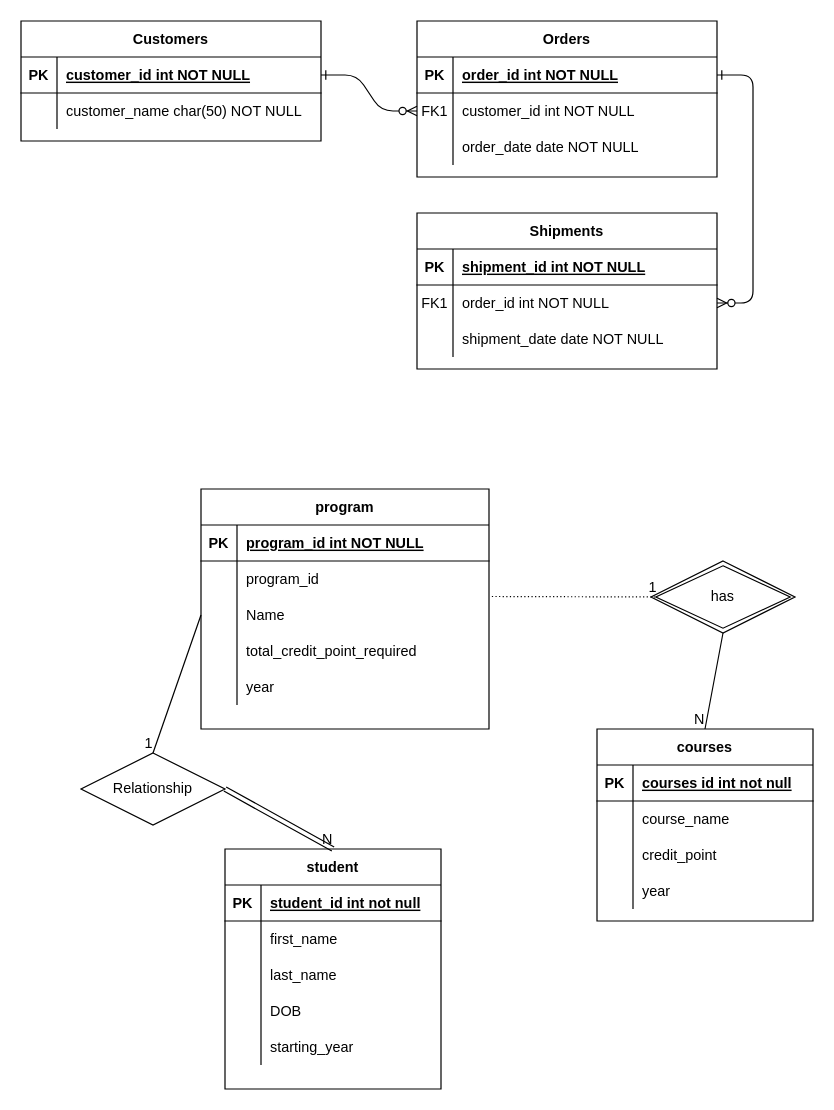
The draw.io diagram Untitled Diagram.drawio in dhanujadhav1/week5-day1-lab1-ER-Diagram, before the edit. Source tidied: cells renumbered, new cells numbered last; positions are measured from the earlier drawing's top-left corner, leaving out a move shared by most shapes. Both pictures are drawn from the tidied source at 120%, with x=0, y=0 at pixel (20, 20).
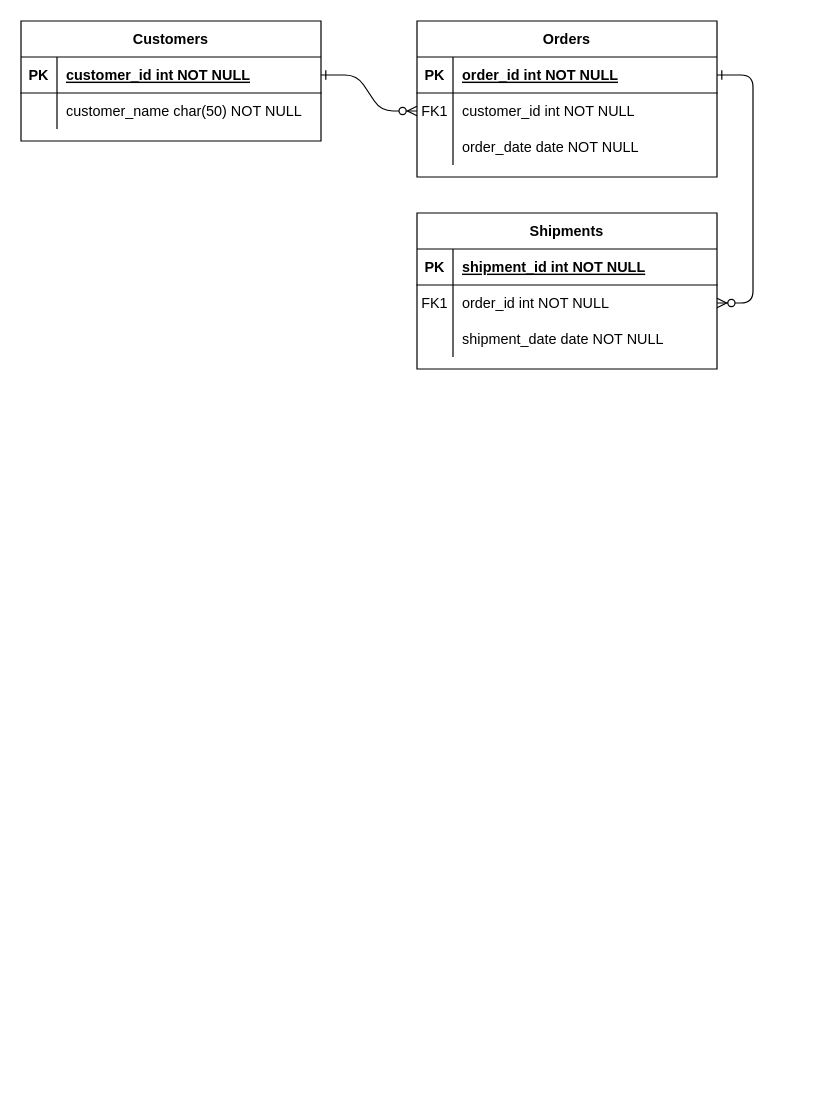
After the change.

Diff of the diagram source:
```diff
@@
-    <mxCell id="31" value="program" style="shape=table;startSize=30;childLayout=tableLayout;rowLines=0;fontStyle=1;align=center;" parent="1" vertex="1">
-      <mxGeometry x="150" y="390" width="240" height="200" as="geometry" />
-    </mxCell>
-    <mxCell id="32" style="shape=partialRectangle;fillColor=none;top=0;left=0;bottom=1;right=0;" parent="31" vertex="1">
-      <mxGeometry y="30" width="240" height="30" as="geometry" />
-    </mxCell>
-    <mxCell id="33" value="PK" style="shape=partialRectangle;fillColor=none;top=0;left=0;bottom=0;right=0;fontStyle=1;overflow=hidden;" parent="32" vertex="1">
-      <mxGeometry width="30" height="30" as="geometry" />
-    </mxCell>
-    <mxCell id="34" value="program_id int NOT NULL" style="shape=partialRectangle;fillColor=none;top=0;left=0;bottom=0;right=0;align=left;spacingLeft=6;fontStyle=5;overflow=hidden;" parent="32" vertex="1">
-      <mxGeometry x="30" width="210" height="30" as="geometry" />
-    </mxCell>
-    <mxCell id="35" style="shape=partialRectangle;fillColor=none;top=0;left=0;bottom=0;right=0;" parent="31" vertex="1">
-      <mxGeometry y="60" width="240" height="30" as="geometry" />
-    </mxCell>
-    <mxCell id="36" style="shape=partialRectangle;fillColor=none;top=0;left=0;bottom=0;right=0;overflow=hidden;" parent="35" vertex="1">
-      <mxGeometry width="30" height="30" as="geometry" />
-    </mxCell>
-    <mxCell id="37" value="program_id" style="shape=partialRectangle;fillColor=none;top=0;left=0;bottom=0;right=0;align=left;spacingLeft=6;overflow=hidden;" parent="35" vertex="1">
-      <mxGeometry x="30" width="210" height="30" as="geometry" />
-    </mxCell>
-    <mxCell id="38" style="shape=partialRectangle;fillColor=none;top=0;left=0;bottom=0;right=0;points=[[0,0.5],[1,0.5]];portConstraint=eastwest;" parent="31" vertex="1">
-      <mxGeometry y="90" width="240" height="30" as="geometry" />
-    </mxCell>
-    <mxCell id="39" style="shape=partialRectangle;fillColor=none;top=0;left=0;bottom=0;right=0;overflow=hidden;" parent="38" vertex="1">
-      <mxGeometry width="30" height="30" as="geometry" />
-    </mxCell>
-    <mxCell id="40" value="Name" style="shape=partialRectangle;fillColor=none;top=0;left=0;bottom=0;right=0;align=left;spacingLeft=6;overflow=hidden;" parent="38" vertex="1">
-      <mxGeometry x="30" width="210" height="30" as="geometry" />
-    </mxCell>
-    <mxCell id="41" style="shape=partialRectangle;fillColor=none;top=0;left=0;bottom=0;right=0;" parent="31" vertex="1">
-      <mxGeometry y="120" width="240" height="30" as="geometry" />
-    </mxCell>
-    <mxCell id="42" style="shape=partialRectangle;fillColor=none;top=0;left=0;bottom=0;right=0;overflow=hidden;" parent="41" vertex="1">
-      <mxGeometry width="30" height="30" as="geometry" />
-    </mxCell>
-    <mxCell id="43" value="total_credit_point_required" style="shape=partialRectangle;fillColor=none;top=0;left=0;bottom=0;right=0;align=left;spacingLeft=6;overflow=hidden;" parent="41" vertex="1">
-      <mxGeometry x="30" width="210" height="30" as="geometry" />
-    </mxCell>
-    <mxCell id="44" style="shape=partialRectangle;fillColor=none;top=0;left=0;bottom=0;right=0;" parent="31" vertex="1">
-      <mxGeometry y="150" width="240" height="30" as="geometry" />
-    </mxCell>
-    <mxCell id="45" style="shape=partialRectangle;fillColor=none;top=0;left=0;bottom=0;right=0;overflow=hidden;" parent="44" vertex="1">
-      <mxGeometry width="30" height="30" as="geometry" />
-    </mxCell>
-    <mxCell id="46" value="year" style="shape=partialRectangle;fillColor=none;top=0;left=0;bottom=0;right=0;align=left;spacingLeft=6;overflow=hidden;" parent="44" vertex="1">
-      <mxGeometry x="30" width="210" height="30" as="geometry" />
-    </mxCell>
-    <mxCell id="47" value="student" style="shape=table;startSize=30;childLayout=tableLayout;rowLines=0;fontStyle=1;align=center;" parent="1" vertex="1">
-      <mxGeometry x="170" y="690" width="180" height="200" as="geometry" />
-    </mxCell>
-    <mxCell id="48" style="shape=partialRectangle;fillColor=none;top=0;left=0;bottom=1;right=0;" parent="47" vertex="1">
-      <mxGeometry y="30" width="180" height="30" as="geometry" />
-    </mxCell>
-    <mxCell id="49" value="PK" style="shape=partialRectangle;fillColor=none;top=0;left=0;bottom=0;right=0;fontStyle=1;overflow=hidden;" parent="48" vertex="1">
-      <mxGeometry width="30" height="30" as="geometry" />
-    </mxCell>
-    <mxCell id="50" value="student_id int not null" style="shape=partialRectangle;fillColor=none;top=0;left=0;bottom=0;right=0;align=left;spacingLeft=6;fontStyle=5;overflow=hidden;" parent="48" vertex="1">
-      <mxGeometry x="30" width="150" height="30" as="geometry" />
-    </mxCell>
-    <mxCell id="51" style="shape=partialRectangle;fillColor=none;top=0;left=0;bottom=0;right=0;" parent="47" vertex="1">
-      <mxGeometry y="60" width="180" height="30" as="geometry" />
-    </mxCell>
-    <mxCell id="52" style="shape=partialRectangle;fillColor=none;top=0;left=0;bottom=0;right=0;overflow=hidden;" parent="51" vertex="1">
-      <mxGeometry width="30" height="30" as="geometry" />
-    </mxCell>
-    <mxCell id="53" value="first_name" style="shape=partialRectangle;fillColor=none;top=0;left=0;bottom=0;right=0;align=left;spacingLeft=6;overflow=hidden;" parent="51" vertex="1">
-      <mxGeometry x="30" width="150" height="30" as="geometry" />
-    </mxCell>
-    <mxCell id="54" style="shape=partialRectangle;fillColor=none;top=0;left=0;bottom=0;right=0;" parent="47" vertex="1">
-      <mxGeometry y="90" width="180" height="30" as="geometry" />
-    </mxCell>
-    <mxCell id="55" style="shape=partialRectangle;fillColor=none;top=0;left=0;bottom=0;right=0;overflow=hidden;" parent="54" vertex="1">
-      <mxGeometry width="30" height="30" as="geometry" />
-    </mxCell>
-    <mxCell id="56" value="last_name" style="shape=partialRectangle;fillColor=none;top=0;left=0;bottom=0;right=0;align=left;spacingLeft=6;overflow=hidden;" parent="54" vertex="1">
-      <mxGeometry x="30" width="150" height="30" as="geometry" />
-    </mxCell>
-    <mxCell id="57" style="shape=partialRectangle;fillColor=none;top=0;left=0;bottom=0;right=0;" parent="47" vertex="1">
-      <mxGeometry y="120" width="180" height="30" as="geometry" />
-    </mxCell>
-    <mxCell id="58" style="shape=partialRectangle;fillColor=none;top=0;left=0;bottom=0;right=0;overflow=hidden;" parent="57" vertex="1">
-      <mxGeometry width="30" height="30" as="geometry" />
-    </mxCell>
-    <mxCell id="59" value="DOB" style="shape=partialRectangle;fillColor=none;top=0;left=0;bottom=0;right=0;align=left;spacingLeft=6;overflow=hidden;" parent="57" vertex="1">
-      <mxGeometry x="30" width="150" height="30" as="geometry" />
-    </mxCell>
-    <mxCell id="60" style="shape=partialRectangle;fillColor=none;top=0;left=0;bottom=0;right=0;" parent="47" vertex="1">
-      <mxGeometry y="150" width="180" height="30" as="geometry" />
-    </mxCell>
-    <mxCell id="61" style="shape=partialRectangle;fillColor=none;top=0;left=0;bottom=0;right=0;overflow=hidden;" parent="60" vertex="1">
-      <mxGeometry width="30" height="30" as="geometry" />
-    </mxCell>
-    <mxCell id="62" value="starting_year" style="shape=partialRectangle;fillColor=none;top=0;left=0;bottom=0;right=0;align=left;spacingLeft=6;overflow=hidden;" parent="60" vertex="1">
-      <mxGeometry x="30" width="150" height="30" as="geometry" />
-    </mxCell>
-    <mxCell id="63" value="courses" style="shape=table;startSize=30;childLayout=tableLayout;rowLines=0;fontStyle=1;align=center;" parent="1" vertex="1">
-      <mxGeometry x="480" y="590" width="180" height="160" as="geometry" />
-    </mxCell>
-    <mxCell id="64" style="shape=partialRectangle;fillColor=none;top=0;left=0;bottom=1;right=0;" parent="63" vertex="1">
-      <mxGeometry y="30" width="180" height="30" as="geometry" />
-    </mxCell>
-    <mxCell id="65" value="PK" style="shape=partialRectangle;fillColor=none;top=0;left=0;bottom=0;right=0;fontStyle=1;overflow=hidden;" parent="64" vertex="1">
-      <mxGeometry width="30" height="30" as="geometry" />
-    </mxCell>
-    <mxCell id="66" value="courses id int not null" style="shape=partialRectangle;fillColor=none;top=0;left=0;bottom=0;right=0;align=left;spacingLeft=6;fontStyle=5;overflow=hidden;" parent="64" vertex="1">
-      <mxGeometry x="30" width="150" height="30" as="geometry" />
-    </mxCell>
-    <mxCell id="67" style="shape=partialRectangle;fillColor=none;top=0;left=0;bottom=0;right=0;" parent="63" vertex="1">
-      <mxGeometry y="60" width="180" height="30" as="geometry" />
-    </mxCell>
-    <mxCell id="68" style="shape=partialRectangle;fillColor=none;top=0;left=0;bottom=0;right=0;overflow=hidden;" parent="67" vertex="1">
-      <mxGeometry width="30" height="30" as="geometry" />
-    </mxCell>
-    <mxCell id="69" value="course_name" style="shape=partialRectangle;fillColor=none;top=0;left=0;bottom=0;right=0;align=left;spacingLeft=6;overflow=hidden;" parent="67" vertex="1">
-      <mxGeometry x="30" width="150" height="30" as="geometry" />
-    </mxCell>
-    <mxCell id="70" style="shape=partialRectangle;fillColor=none;top=0;left=0;bottom=0;right=0;" parent="63" vertex="1">
-      <mxGeometry y="90" width="180" height="30" as="geometry" />
-    </mxCell>
-    <mxCell id="71" style="shape=partialRectangle;fillColor=none;top=0;left=0;bottom=0;right=0;overflow=hidden;" parent="70" vertex="1">
-      <mxGeometry width="30" height="30" as="geometry" />
-    </mxCell>
-    <mxCell id="72" value="credit_point" style="shape=partialRectangle;fillColor=none;top=0;left=0;bottom=0;right=0;align=left;spacingLeft=6;overflow=hidden;" parent="70" vertex="1">
-      <mxGeometry x="30" width="150" height="30" as="geometry" />
-    </mxCell>
-    <mxCell id="73" style="shape=partialRectangle;fillColor=none;top=0;left=0;bottom=0;right=0;" parent="63" vertex="1">
-      <mxGeometry y="120" width="180" height="30" as="geometry" />
-    </mxCell>
-    <mxCell id="74" style="shape=partialRectangle;fillColor=none;top=0;left=0;bottom=0;right=0;overflow=hidden;" parent="73" vertex="1">
-      <mxGeometry width="30" height="30" as="geometry" />
-    </mxCell>
-    <mxCell id="75" value="year" style="shape=partialRectangle;fillColor=none;top=0;left=0;bottom=0;right=0;align=left;spacingLeft=6;overflow=hidden;" parent="73" vertex="1">
-      <mxGeometry x="30" width="150" height="30" as="geometry" />
-    </mxCell>
-    <mxCell id="76" value="has" style="shape=rhombus;double=1;perimeter=rhombusPerimeter;whiteSpace=wrap;html=1;align=center;" parent="1" vertex="1">
-      <mxGeometry x="525" y="450" width="120" height="60" as="geometry" />
-    </mxCell>
-    <mxCell id="77" style="endArrow=none;html=1;rounded=0;dashed=1;dashPattern=1 2;exitX=1.01;exitY=-0.014;exitDx=0;exitDy=0;exitPerimeter=0;" parent="1" edge="1" source="38">
-      <mxGeometry relative="1" as="geometry">
-        <mxPoint x="530" y="480" as="targetPoint" />
-      </mxGeometry>
-    </mxCell>
-    <mxCell id="78" value="1" style="html=1;align=right;verticalAlign=bottom;" parent="77" vertex="1">
-      <mxGeometry x="1" relative="1" as="geometry" />
-    </mxCell>
-    <mxCell id="79" style="endArrow=none;html=1;rounded=0;entryX=0.5;entryY=0;entryDx=0;entryDy=0;exitX=0.5;exitY=1;exitDx=0;exitDy=0;" parent="1" edge="1" source="76" target="63">
-      <mxGeometry relative="1" as="geometry" />
-    </mxCell>
-    <mxCell id="80" value="N" style="html=1;align=right;verticalAlign=bottom;" parent="79" vertex="1">
-      <mxGeometry x="1" relative="1" as="geometry" />
-    </mxCell>
-    <mxCell id="81" style="endArrow=none;html=1;rounded=0;exitX=0;exitY=0.5;exitDx=0;exitDy=0;entryX=0.5;entryY=0;entryDx=0;entryDy=0;" parent="1" edge="1" source="38" target="83">
-      <mxGeometry relative="1" as="geometry" />
-    </mxCell>
-    <mxCell id="82" value="1" style="html=1;align=right;verticalAlign=bottom;" parent="81" vertex="1">
-      <mxGeometry x="1" relative="1" as="geometry" />
-    </mxCell>
-    <mxCell id="83" value="Relationship" style="shape=rhombus;perimeter=rhombusPerimeter;whiteSpace=wrap;html=1;align=center;" parent="1" vertex="1">
-      <mxGeometry x="50" y="610" width="120" height="60" as="geometry" />
-    </mxCell>
-    <mxCell id="84" style="shape=link;html=1;rounded=0;entryX=0.5;entryY=0;entryDx=0;entryDy=0;" parent="1" edge="1" target="47">
-      <mxGeometry relative="1" as="geometry">
-        <mxPoint x="170" y="640" as="sourcePoint" />
-      </mxGeometry>
-    </mxCell>
-    <mxCell id="85" value="N" style="html=1;align=right;verticalAlign=bottom;" parent="84" vertex="1">
-      <mxGeometry x="1" relative="1" as="geometry" />
-    </mxCell>
```
